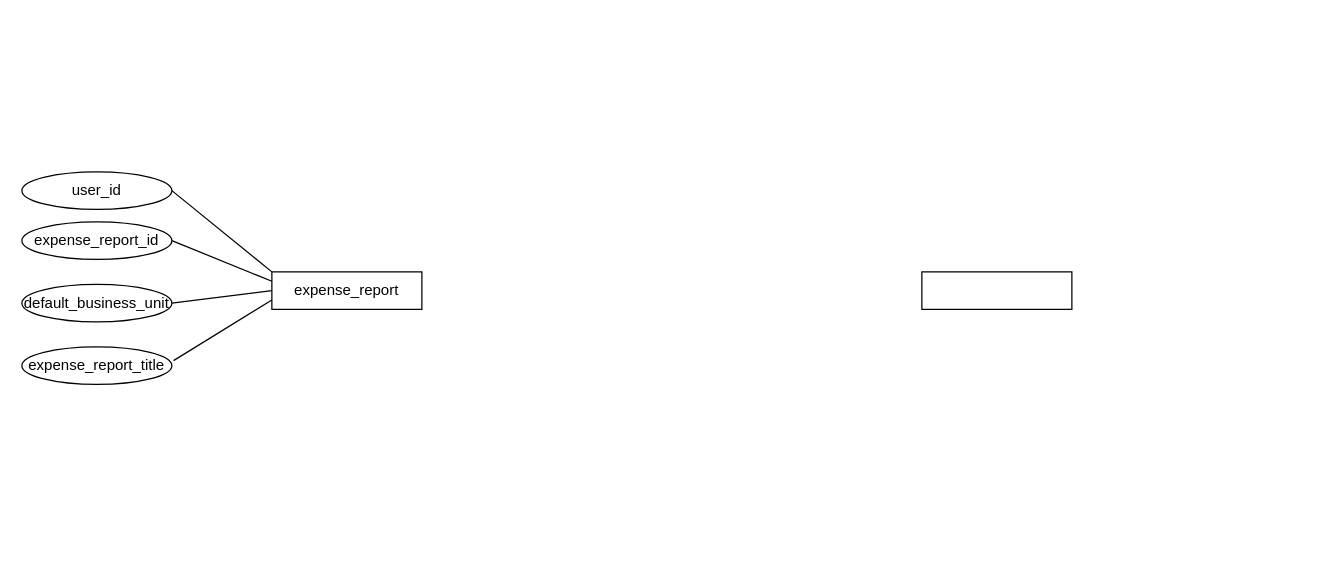
Steven-Chuang-Yuan/task keeps this draw.io diagram as page "Page-1" (1 of 2) of Untitled Diagram.drawio. Above is the earlier version. Source tidied: cells renumbered, new cells numbered last; positions are measured from the earlier drawing's top-left corner, leaving out a move shared by most shapes. Both pictures are drawn from the tidied source at 125%, with x=0, y=0 at pixel (21, 171).
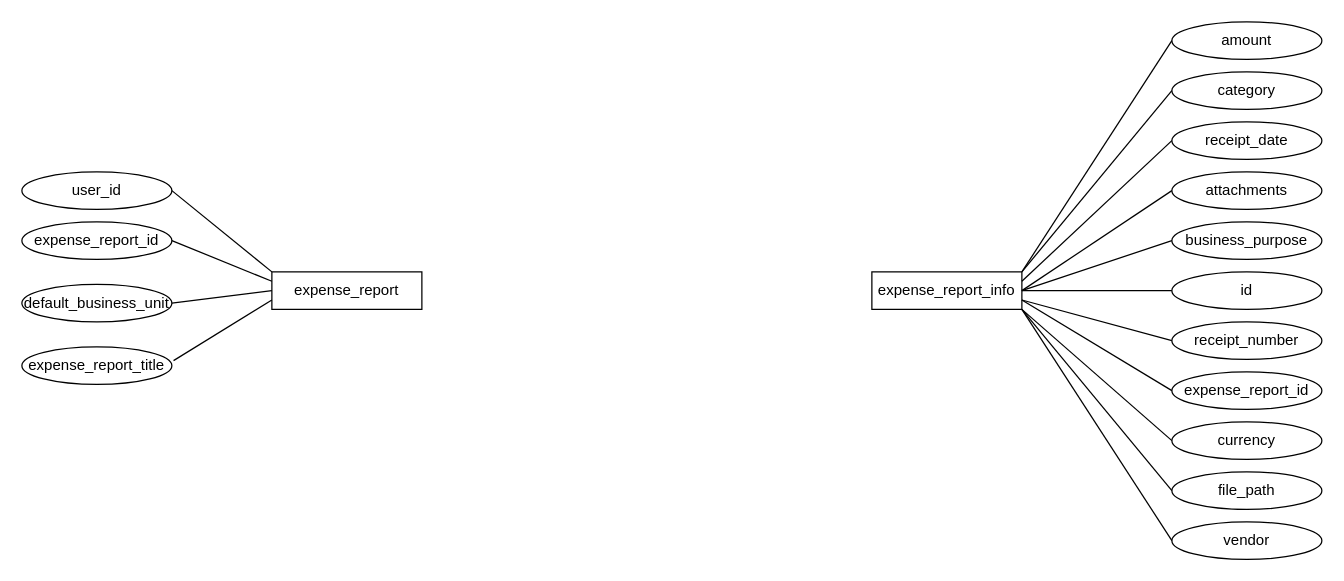
After the change.

The edit, as a diff of the source:
```diff
@@
-    <mxCell id="3" style="rounded=0;whiteSpace=wrap;html=1;" parent="1" vertex="1">
-      <mxGeometry x="720" y="80" width="120" height="30" as="geometry" />
+    <mxCell id="3" value="expense_report_info" style="rounded=0;whiteSpace=wrap;html=1;" parent="1" vertex="1">
+      <mxGeometry x="680" y="80" width="120" height="30" as="geometry" />
     </mxCell>
@@
+    <mxCell id="12" value="id" style="ellipse;whiteSpace=wrap;html=1;" parent="1" vertex="1">
+      <mxGeometry x="920" y="80" width="120" height="30" as="geometry" />
+    </mxCell>
+    <mxCell id="13" value="receipt_date" style="ellipse;whiteSpace=wrap;html=1;" parent="1" vertex="1">
+      <mxGeometry x="920" y="-40" width="120" height="30" as="geometry" />
+    </mxCell>
+    <mxCell id="14" value="business_purpose" style="ellipse;whiteSpace=wrap;html=1;" parent="1" vertex="1">
+      <mxGeometry x="920" y="40" width="120" height="30" as="geometry" />
+    </mxCell>
+    <mxCell id="15" value="amount" style="ellipse;whiteSpace=wrap;html=1;" parent="1" vertex="1">
+      <mxGeometry x="920" y="-120" width="120" height="30" as="geometry" />
+    </mxCell>
+    <mxCell id="16" value="category" style="ellipse;whiteSpace=wrap;html=1;" parent="1" vertex="1">
+      <mxGeometry x="920" y="-80" width="120" height="30" as="geometry" />
+    </mxCell>
+    <mxCell id="17" value="vendor" style="ellipse;whiteSpace=wrap;html=1;" parent="1" vertex="1">
+      <mxGeometry x="920" y="280" width="120" height="30" as="geometry" />
+    </mxCell>
+    <mxCell id="18" value="attachments" style="ellipse;whiteSpace=wrap;html=1;" parent="1" vertex="1">
+      <mxGeometry x="920" width="120" height="30" as="geometry" />
+    </mxCell>
+    <mxCell id="19" value="receipt_number" style="ellipse;whiteSpace=wrap;html=1;" parent="1" vertex="1">
+      <mxGeometry x="920" y="120" width="120" height="30" as="geometry" />
+    </mxCell>
+    <mxCell id="20" value="currency" style="ellipse;whiteSpace=wrap;html=1;" parent="1" vertex="1">
+      <mxGeometry x="920" y="200" width="120" height="30" as="geometry" />
+    </mxCell>
+    <mxCell id="21" value="file_path" style="ellipse;whiteSpace=wrap;html=1;" parent="1" vertex="1">
+      <mxGeometry x="920" y="240" width="120" height="30" as="geometry" />
+    </mxCell>
+    <mxCell id="22" value="expense_report_id" style="ellipse;whiteSpace=wrap;html=1;" parent="1" vertex="1">
+      <mxGeometry x="920" y="160" width="120" height="30" as="geometry" />
+    </mxCell>
+    <mxCell id="23" style="endArrow=none;html=1;entryX=0;entryY=0.5;entryDx=0;entryDy=0;exitX=1;exitY=0.25;exitDx=0;exitDy=0;" parent="1" edge="1" source="3" target="13">
+      <mxGeometry relative="1" as="geometry" />
+    </mxCell>
+    <mxCell id="24" style="endArrow=none;html=1;entryX=0;entryY=0.5;entryDx=0;entryDy=0;exitX=1;exitY=0;exitDx=0;exitDy=0;" parent="1" edge="1" source="3" target="16">
+      <mxGeometry relative="1" as="geometry" />
+    </mxCell>
+    <mxCell id="25" style="endArrow=none;html=1;entryX=0;entryY=0.5;entryDx=0;entryDy=0;" parent="1" edge="1" target="15">
+      <mxGeometry relative="1" as="geometry">
+        <mxPoint x="800" y="80" as="sourcePoint" />
+      </mxGeometry>
+    </mxCell>
+    <mxCell id="26" style="endArrow=none;html=1;entryX=0;entryY=0.5;entryDx=0;entryDy=0;exitX=1;exitY=0.5;exitDx=0;exitDy=0;" parent="1" edge="1" source="3" target="18">
+      <mxGeometry relative="1" as="geometry" />
+    </mxCell>
+    <mxCell id="27" style="endArrow=none;html=1;entryX=0;entryY=0.5;entryDx=0;entryDy=0;exitX=1;exitY=0.5;exitDx=0;exitDy=0;" parent="1" edge="1" source="3" target="14">
+      <mxGeometry relative="1" as="geometry" />
+    </mxCell>
+    <mxCell id="28" style="endArrow=none;html=1;entryX=0;entryY=0.5;entryDx=0;entryDy=0;exitX=1;exitY=0.5;exitDx=0;exitDy=0;" parent="1" edge="1" source="3" target="12">
+      <mxGeometry relative="1" as="geometry" />
+    </mxCell>
+    <mxCell id="29" style="endArrow=none;html=1;entryX=0;entryY=0.5;entryDx=0;entryDy=0;exitX=1;exitY=0.75;exitDx=0;exitDy=0;" parent="1" edge="1" source="3" target="19">
+      <mxGeometry relative="1" as="geometry" />
+    </mxCell>
+    <mxCell id="30" style="endArrow=none;html=1;entryX=0;entryY=0.5;entryDx=0;entryDy=0;exitX=1;exitY=0.75;exitDx=0;exitDy=0;" parent="1" edge="1" source="3" target="22">
+      <mxGeometry relative="1" as="geometry" />
+    </mxCell>
+    <mxCell id="31" style="endArrow=none;html=1;entryX=0;entryY=0.5;entryDx=0;entryDy=0;exitX=1;exitY=1;exitDx=0;exitDy=0;" parent="1" edge="1" source="3" target="20">
+      <mxGeometry relative="1" as="geometry" />
+    </mxCell>
+    <mxCell id="32" style="endArrow=none;html=1;entryX=0;entryY=0.5;entryDx=0;entryDy=0;exitX=1;exitY=1;exitDx=0;exitDy=0;" parent="1" edge="1" source="3" target="21">
+      <mxGeometry relative="1" as="geometry" />
+    </mxCell>
+    <mxCell id="33" style="endArrow=none;html=1;entryX=0;entryY=0.5;entryDx=0;entryDy=0;" parent="1" edge="1" target="17">
+      <mxGeometry relative="1" as="geometry">
+        <mxPoint x="800" y="110" as="sourcePoint" />
+      </mxGeometry>
+    </mxCell>
```
